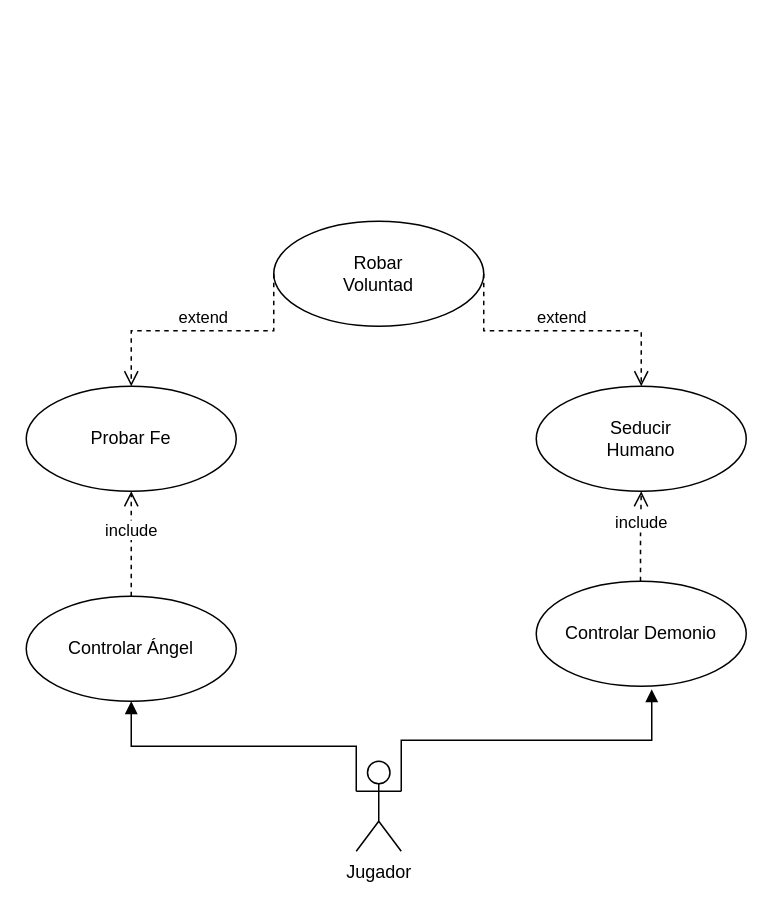
Earlier version of the draw.io diagram Copy of casos_uso_req2.drawio (HimarRH/ActividadesEntornos). Source tidied: cells renumbered, new cells numbered last; positions are measured from the earlier drawing's top-left corner, leaving out a move shared by most shapes. Both pictures are drawn from the tidied source at 150%, with x=0, y=0 at pixel (26, 220).
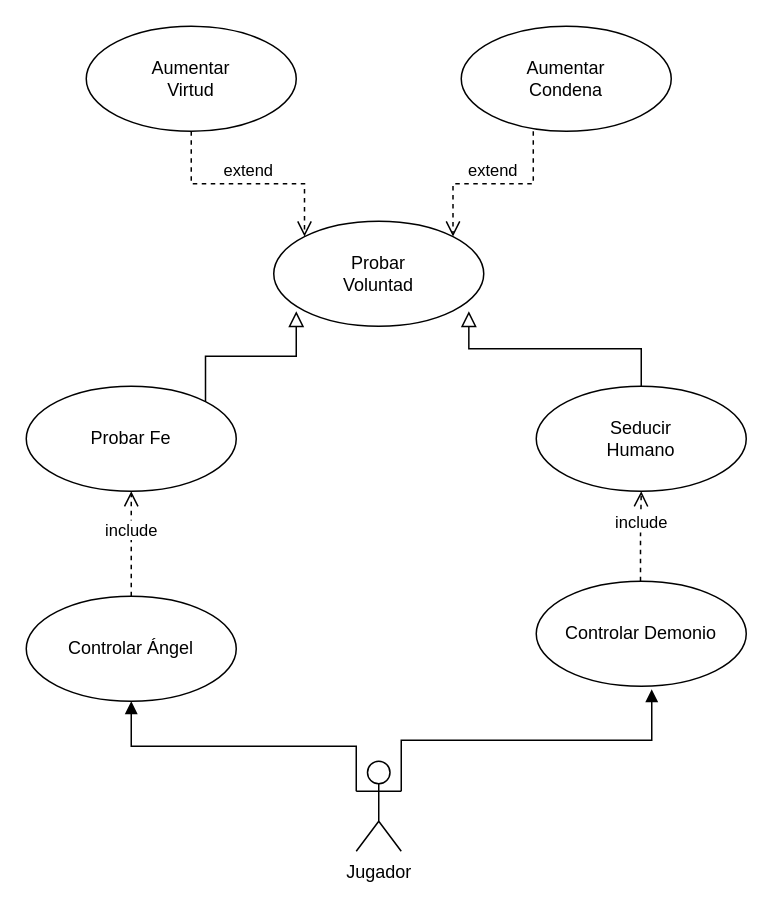
After the change.

What changed in the source:
```diff
@@
 <mxGraphModel>
   <root>
     <mxCell id="0" />
     <mxCell id="1" parent="0" />
     <mxCell id="2" value="Jugador" style="shape=umlActor;verticalLabelPosition=bottom;verticalAlign=top;html=1;outlineConnect=0;" parent="1" vertex="1">
       <mxGeometry x="220" y="360" width="30" height="60" as="geometry" />
     </mxCell>
     <mxCell id="3" value="Controlar Ángel" style="ellipse;whiteSpace=wrap;html=1;" parent="1" vertex="1">
       <mxGeometry y="250" width="140" height="70" as="geometry" />
     </mxCell>
     <mxCell id="4" value="Controlar Demonio" style="ellipse;whiteSpace=wrap;html=1;" parent="1" vertex="1">
       <mxGeometry x="340" y="240" width="140" height="70" as="geometry" />
     </mxCell>
     <mxCell id="5" value="Probar Fe" style="ellipse;whiteSpace=wrap;html=1;" parent="1" vertex="1">
       <mxGeometry y="110" width="140" height="70" as="geometry" />
     </mxCell>
     <mxCell id="6" value="&lt;div&gt;Seducir&lt;/div&gt;&lt;div&gt;Humano&lt;br&gt;&lt;/div&gt;" style="ellipse;whiteSpace=wrap;html=1;" parent="1" vertex="1">
       <mxGeometry x="340" y="110" width="140" height="70" as="geometry" />
     </mxCell>
-    <mxCell id="7" value="&lt;div&gt;Robar&lt;/div&gt;&lt;div&gt;Voluntad&lt;br&gt;&lt;/div&gt;" style="ellipse;whiteSpace=wrap;html=1;" parent="1" vertex="1">
+    <mxCell id="7" value="&lt;div&gt;Probar&lt;/div&gt;&lt;div&gt;Voluntad&lt;br&gt;&lt;/div&gt;" style="ellipse;whiteSpace=wrap;html=1;" parent="1" vertex="1">
       <mxGeometry x="165" width="140" height="70" as="geometry" />
     </mxCell>
     <mxCell id="8" value="include" style="html=1;verticalAlign=bottom;endArrow=open;dashed=1;endSize=8;edgeStyle=elbowEdgeStyle;elbow=vertical;curved=0;rounded=0;exitX=0.5;exitY=0;exitDx=0;exitDy=0;entryX=0.5;entryY=1;entryDx=0;entryDy=0;" parent="1" edge="1" source="3" target="5">
       <mxGeometry relative="1" as="geometry" />
     </mxCell>
     <mxCell id="9" value="include" style="html=1;verticalAlign=bottom;endArrow=open;dashed=1;endSize=8;edgeStyle=elbowEdgeStyle;elbow=vertical;curved=0;rounded=0;exitX=0.5;exitY=0;exitDx=0;exitDy=0;" parent="1" edge="1">
       <mxGeometry relative="1" as="geometry">
         <mxPoint x="409.5" y="240" as="sourcePoint" />
         <mxPoint x="410" y="180" as="targetPoint" />
       </mxGeometry>
     </mxCell>
     <mxCell id="10" style="html=1;verticalAlign=bottom;endArrow=block;edgeStyle=elbowEdgeStyle;elbow=vertical;curved=0;rounded=0;exitX=0;exitY=0.3333333333333333;exitDx=0;exitDy=0;exitPerimeter=0;entryX=0.5;entryY=1;entryDx=0;entryDy=0;" parent="1" edge="1" source="2" target="3">
       <mxGeometry relative="1" as="geometry" />
     </mxCell>
     <mxCell id="11" style="html=1;verticalAlign=bottom;endArrow=block;edgeStyle=elbowEdgeStyle;elbow=vertical;curved=0;rounded=0;exitX=1;exitY=0.3333333333333333;exitDx=0;exitDy=0;exitPerimeter=0;entryX=0.55;entryY=1.029;entryDx=0;entryDy=0;entryPerimeter=0;" parent="1" edge="1" source="2" target="4">
       <mxGeometry relative="1" as="geometry" />
     </mxCell>
-    <mxCell id="12" value="extend" style="html=1;verticalAlign=bottom;endArrow=open;dashed=1;endSize=8;edgeStyle=elbowEdgeStyle;elbow=vertical;curved=0;rounded=0;exitX=0;exitY=0.5;exitDx=0;exitDy=0;entryX=0.5;entryY=0;entryDx=0;entryDy=0;" parent="1" edge="1" source="7" target="5">
+    <mxCell id="12" value="extend" style="html=1;verticalAlign=bottom;endArrow=open;dashed=1;endSize=8;edgeStyle=elbowEdgeStyle;elbow=vertical;curved=0;rounded=0;exitX=0.5;exitY=1;exitDx=0;exitDy=0;entryX=0;entryY=0;entryDx=0;entryDy=0;" parent="1" edge="1" source="14" target="7">
       <mxGeometry relative="1" as="geometry" />
     </mxCell>
-    <mxCell id="13" value="extend" style="html=1;verticalAlign=bottom;endArrow=open;dashed=1;endSize=8;edgeStyle=elbowEdgeStyle;elbow=vertical;curved=0;rounded=0;exitX=1;exitY=0.5;exitDx=0;exitDy=0;entryX=0.5;entryY=0;entryDx=0;entryDy=0;" parent="1" edge="1" source="7" target="6">
+    <mxCell id="13" value="extend" style="html=1;verticalAlign=bottom;endArrow=open;dashed=1;endSize=8;edgeStyle=elbowEdgeStyle;elbow=vertical;curved=0;rounded=0;exitX=0.343;exitY=1;exitDx=0;exitDy=0;entryX=1;entryY=0;entryDx=0;entryDy=0;exitPerimeter=0;" parent="1" edge="1" source="15" target="7">
       <mxGeometry relative="1" as="geometry" />
     </mxCell>
+    <mxCell id="14" value="&lt;div&gt;Aumentar&lt;/div&gt;&lt;div&gt;Virtud&lt;br&gt;&lt;/div&gt;" style="ellipse;whiteSpace=wrap;html=1;" parent="1" vertex="1">
+      <mxGeometry x="40" y="-130" width="140" height="70" as="geometry" />
+    </mxCell>
+    <mxCell id="15" value="&lt;div&gt;Aumentar&lt;/div&gt;&lt;div&gt;Condena&lt;br&gt;&lt;/div&gt;" style="ellipse;whiteSpace=wrap;html=1;" parent="1" vertex="1">
+      <mxGeometry x="290" y="-130" width="140" height="70" as="geometry" />
+    </mxCell>
+    <mxCell id="16" style="html=1;verticalAlign=bottom;endArrow=block;endSize=8;edgeStyle=elbowEdgeStyle;elbow=vertical;curved=0;rounded=0;exitX=1;exitY=0;exitDx=0;exitDy=0;entryX=0.5;entryY=1;entryDx=0;entryDy=0;endFill=0;" parent="1" edge="1" source="5">
+      <mxGeometry relative="1" as="geometry">
+        <mxPoint x="180" y="60" as="targetPoint" />
+      </mxGeometry>
+    </mxCell>
+    <mxCell id="17" style="html=1;verticalAlign=bottom;endArrow=block;endSize=8;edgeStyle=elbowEdgeStyle;elbow=vertical;curved=0;rounded=0;exitX=0.5;exitY=0;exitDx=0;exitDy=0;entryX=0.929;entryY=0.857;entryDx=0;entryDy=0;endFill=0;entryPerimeter=0;" parent="1" edge="1" source="6" target="7">
+      <mxGeometry relative="1" as="geometry" />
+    </mxCell>
   </root>
 </mxGraphModel>
```
